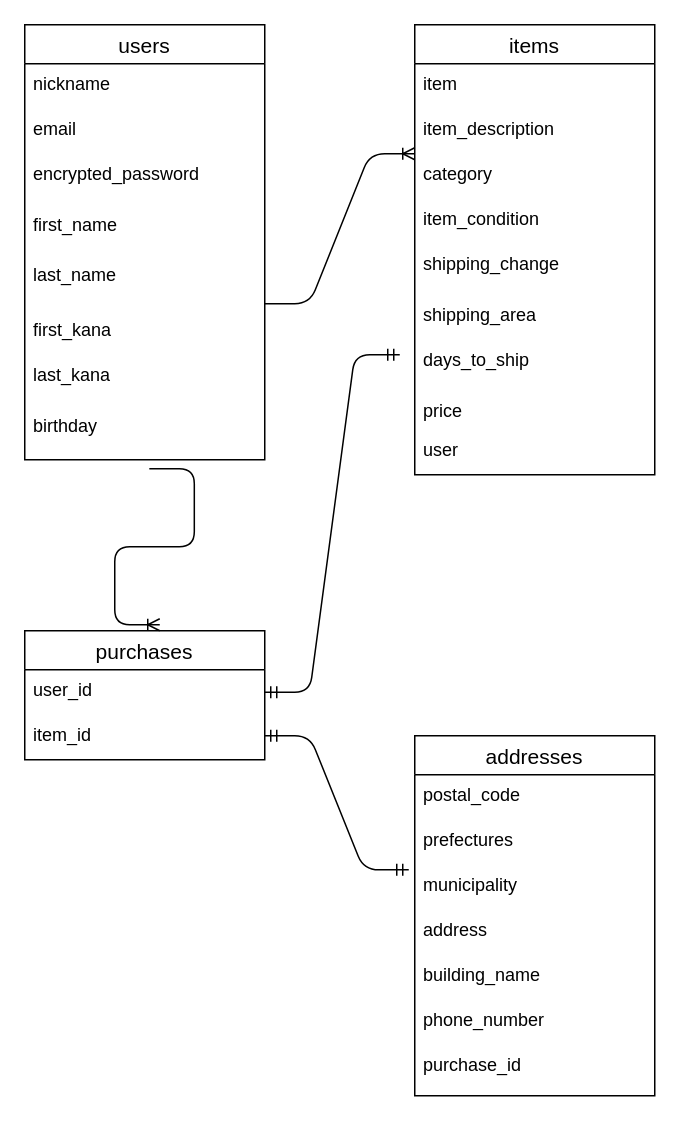
Before: er_furima.dio in Masaki-Ohtaka/furima-34335, a draw.io diagram. Source tidied: cells renumbered, new cells numbered last; positions are measured from the earlier drawing's top-left corner, leaving out a move shared by most shapes. Both pictures are drawn from the tidied source at 150%, with x=0, y=0 at pixel (24, 24).
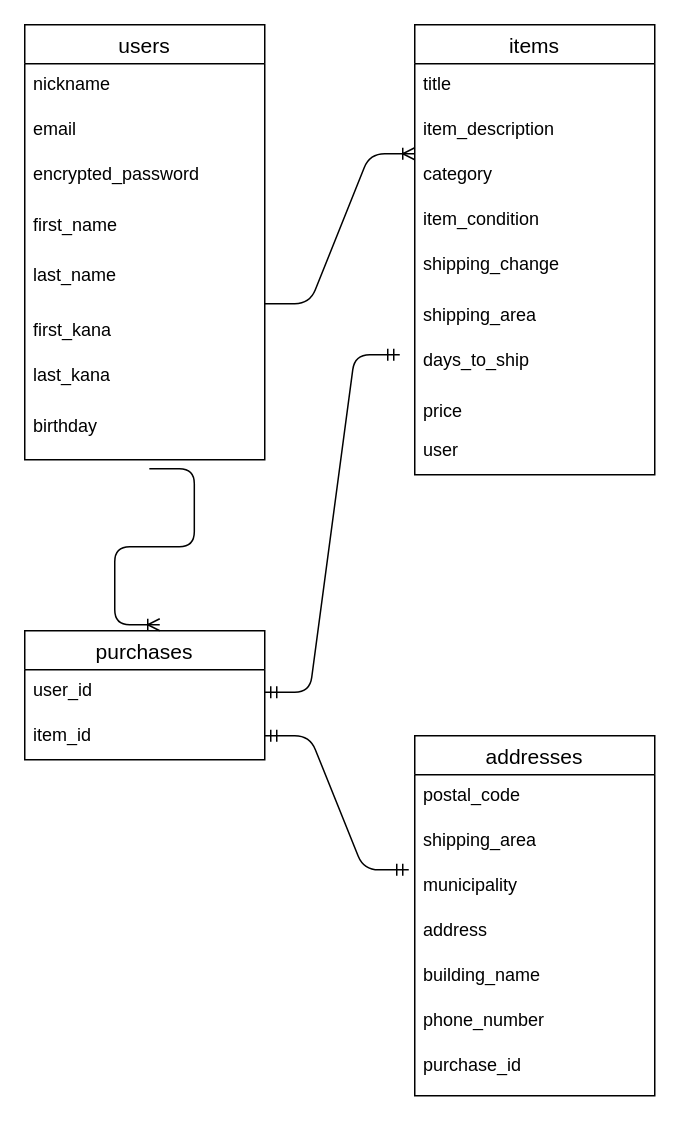
After the change.

Commit message (it also covers changes not shown here):
ER図とREADME再々修正

The change refers to these unchanged cells:
```xml
<mxCell id="11" value="items" style="swimlane;fontStyle=0;horizontal=1;startSize=26;align=center;fontSize=14;" parent="1" vertex="1">
  <mxGeometry x="260" width="160" height="300" as="geometry" />
</mxCell>
<mxCell id="31" value="addresses" style="swimlane;fontStyle=0;horizontal=1;startSize=26;align=center;fontSize=14;" parent="1" vertex="1">
  <mxGeometry x="260" y="474" width="160" height="240" as="geometry" />
</mxCell>
```

The edit, as a diff of the source:
```diff
@@
-    <mxCell id="12" value="item" style="text;strokeColor=none;fillColor=none;spacingLeft=4;spacingRight=4;overflow=hidden;fontSize=12;" parent="11" vertex="1">
+    <mxCell id="12" value="title" style="text;strokeColor=none;fillColor=none;spacingLeft=4;spacingRight=4;overflow=hidden;fontSize=12;" parent="11" vertex="1">
       <mxGeometry y="26" width="160" height="30" as="geometry" />
     </mxCell>
@@
-    <mxCell id="33" value="prefectures" style="text;strokeColor=none;fillColor=none;spacingLeft=4;spacingRight=4;overflow=hidden;fontSize=12;" parent="31" vertex="1">
+    <mxCell id="33" value="shipping_area" style="text;strokeColor=none;fillColor=none;spacingLeft=4;spacingRight=4;overflow=hidden;fontSize=12;" parent="31" vertex="1">
       <mxGeometry y="56" width="160" height="30" as="geometry" />
     </mxCell>
```
